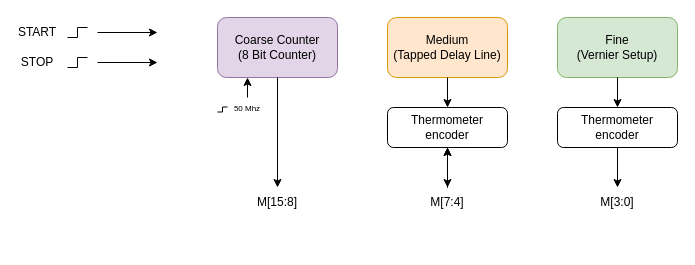
Above: docs/images/system_diagram.drawio in Daiyan-Zubaier/TDC_ECE-298 (draw.io), before the change. Source tidied: cells renumbered, new cells numbered last; positions are measured from the earlier drawing's top-left corner, leaving out a move shared by most shapes. Both pictures are drawn from the tidied source at 100%, with x=0, y=0 at pixel (17, 17).
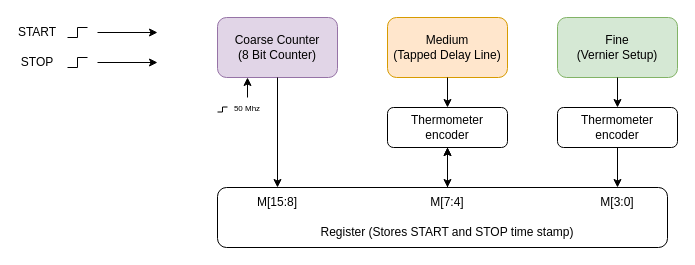
Above is the later version.

Change to the diagram source:
```diff
@@
+    <mxCell id="26" style="rounded=1;whiteSpace=wrap;html=1;" parent="1" vertex="1">
+      <mxGeometry x="200" y="170" width="450" height="60" as="geometry" />
+    </mxCell>
@@
+    <mxCell id="27" value="Register (Stores START and STOP time stamp)" style="text;html=1;whiteSpace=wrap;strokeColor=none;fillColor=none;align=center;verticalAlign=middle;rounded=0;" parent="1" vertex="1">
+      <mxGeometry x="280" y="200" width="300" height="30" as="geometry" />
+    </mxCell>
```
